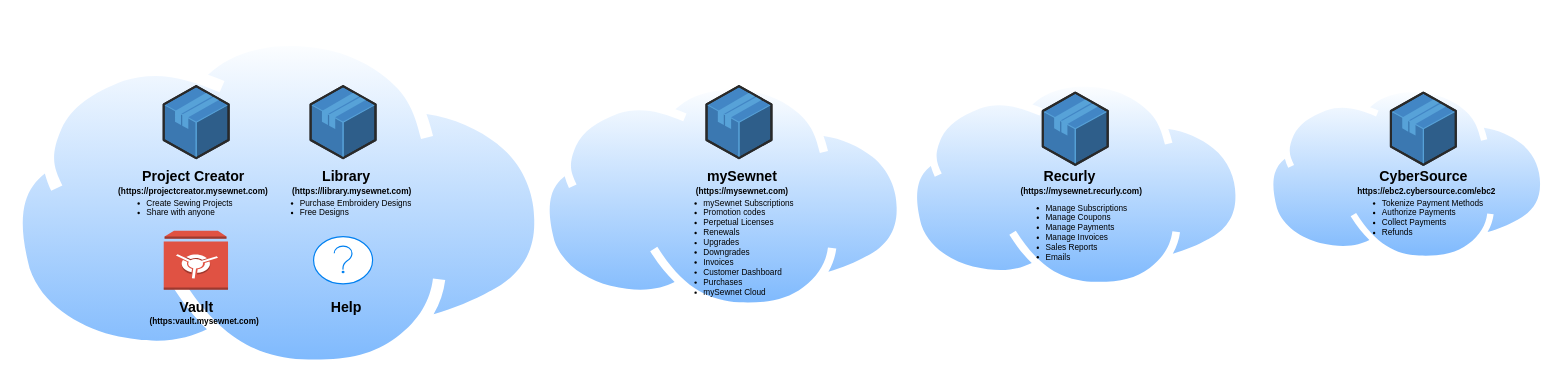
Before: mySewnet/Untitled Diagram.drawio in sunylcumar/Diagrams, a draw.io diagram. Source tidied: cells renumbered, new cells numbered last; positions are measured from the earlier drawing's top-left corner, leaving out a move shared by most shapes. Both pictures are drawn from the tidied source at 59%, with x=0, y=0 at pixel (10, 34).
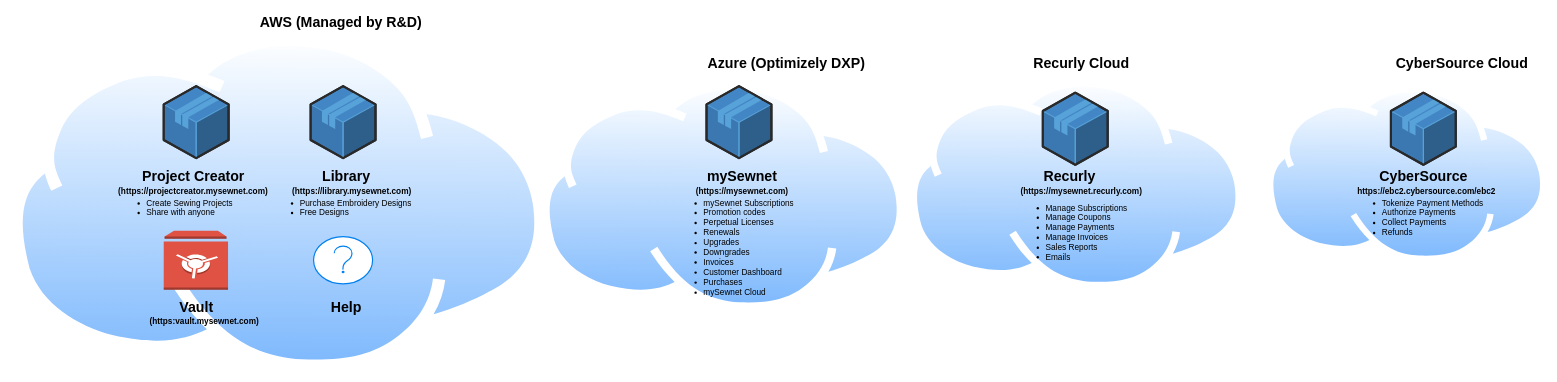
The same diagram, later.

What changed in the source:
```diff
@@
+    <mxCell id="31" value="AWS (Managed by R&amp;amp;D)" style="text;strokeColor=none;fillColor=none;html=1;fontSize=24;fontStyle=1;verticalAlign=middle;align=center;" parent="1" vertex="1">
+      <mxGeometry x="409" y="-40" width="301" height="40" as="geometry" />
+    </mxCell>
+    <mxCell id="32" value="Azure (Optimizely DXP)" style="text;strokeColor=none;fillColor=none;html=1;fontSize=24;fontStyle=1;verticalAlign=middle;align=center;" parent="1" vertex="1">
+      <mxGeometry x="1170" y="30" width="290" height="40" as="geometry" />
+    </mxCell>
+    <mxCell id="33" value="Recurly Cloud" style="text;strokeColor=none;fillColor=none;html=1;fontSize=24;fontStyle=1;verticalAlign=middle;align=center;" parent="1" vertex="1">
+      <mxGeometry x="1725" y="30" width="180" height="40" as="geometry" />
+    </mxCell>
+    <mxCell id="34" value="CyberSource Cloud" style="text;strokeColor=none;fillColor=none;html=1;fontSize=24;fontStyle=1;verticalAlign=middle;align=center;" parent="1" vertex="1">
+      <mxGeometry x="2340" y="30" width="240" height="40" as="geometry" />
+    </mxCell>
```
